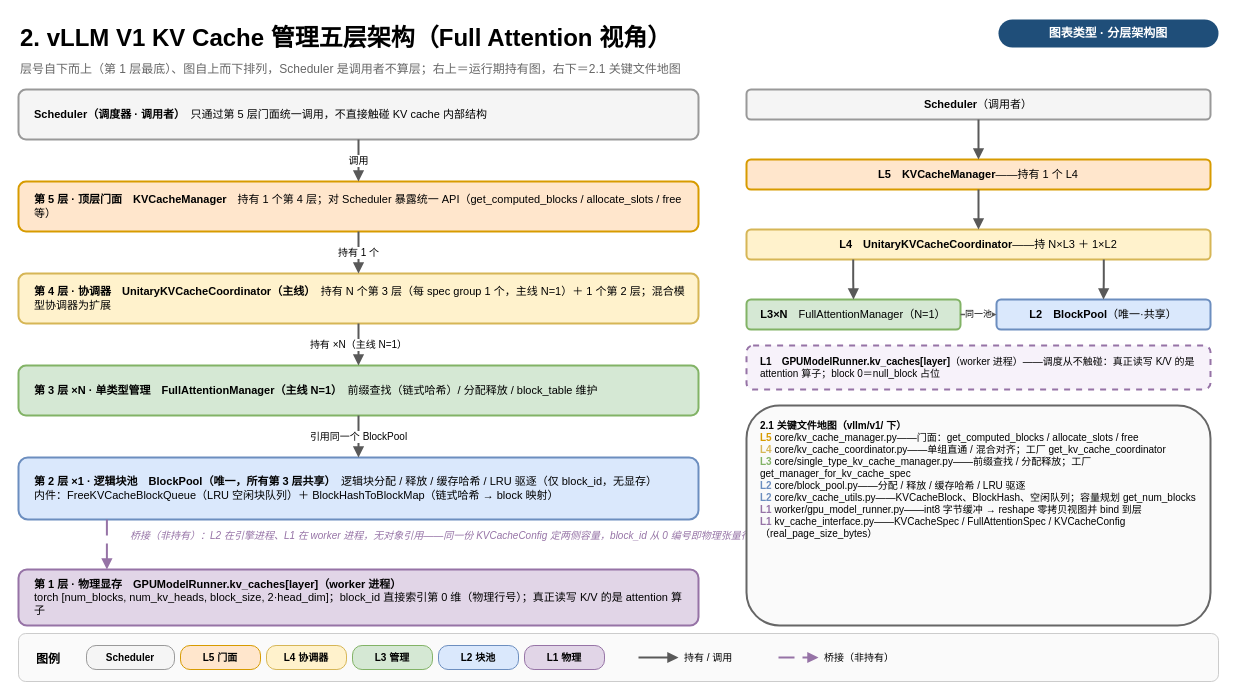
This is page "2-五层架构总览" (2 of 4) of vllm/v1/core/kvcache_draw_ppt_v2/kv_cache_five_layer_arch.drawio from GoCHug/vllm, a draw.io file, before an edit. Source tidied: cells renumbered, new cells numbered last; positions are measured from the earlier drawing's top-left corner, leaving out a move shared by most shapes. Both pictures are drawn from the tidied source at 100%, with x=0, y=0 at pixel (18, 17).
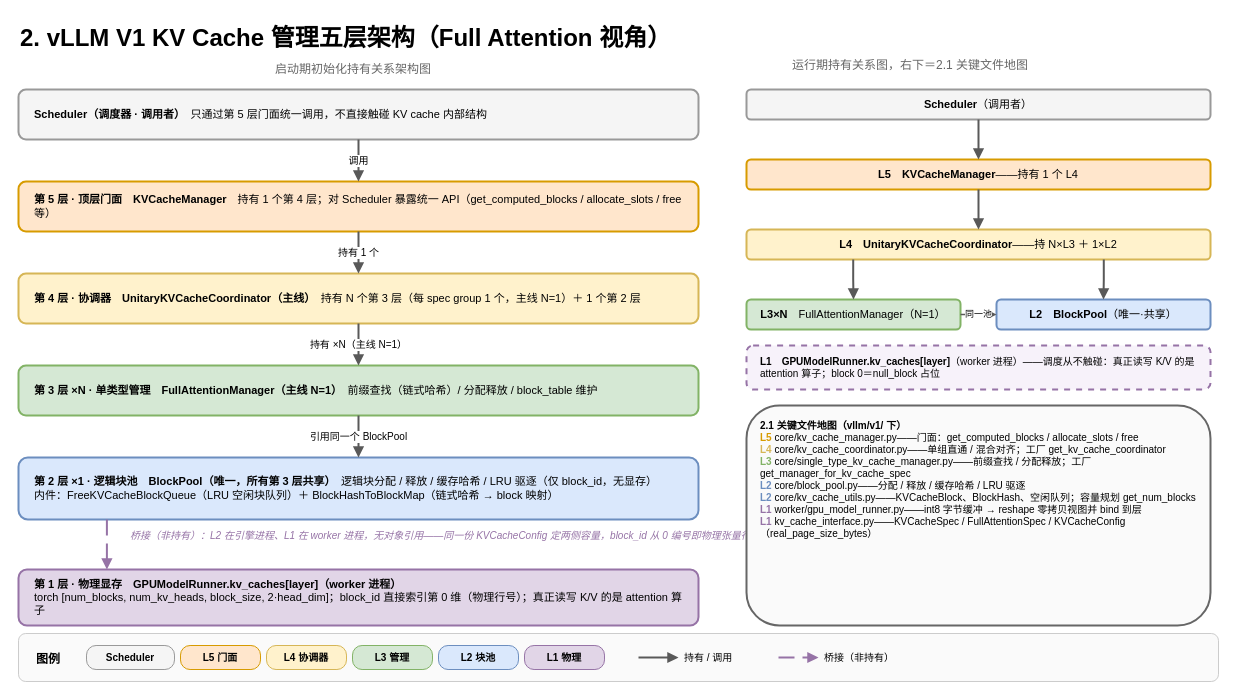
The same page after the edit.

What changed in the source:
```diff
@@
-    <mxCell id="3" value="图表类型 · 分层架构图" style="rounded=1;arcSize=50;whiteSpace=wrap;html=1;fillColor=#1f4e79;strokeColor=none;fontColor=#ffffff;fontSize=12;fontStyle=1;align=center;" parent="1" vertex="1">
-      <mxGeometry x="980" y="2" width="220" height="28" as="geometry" />
-    </mxCell>
-    <mxCell id="4" value="层号自下而上（第 1 层最底）、图自上而下排列，Scheduler 是调用者不算层；右上＝运行期持有图，右下＝2.1 关键文件地图" style="text;html=1;fontSize=12;align=left;fontColor=#666666;" parent="1" vertex="1">
-      <mxGeometry y="38" width="960" height="22" as="geometry" />
+    <mxCell id="4" value="启动期初始化持有关系架构图" style="text;html=1;fontSize=12;align=left;fontColor=#666666;" parent="1" vertex="1">
+      <mxGeometry x="255" y="38" width="170" height="22" as="geometry" />
     </mxCell>
@@
-    <mxCell id="7" value="&lt;b&gt;第 4 层 · 协调器　UnitaryKVCacheCoordinator（主线）&lt;/b&gt;　持有 N 个第 3 层（每 spec group 1 个，主线 N=1）＋ 1 个第 2 层；混合模型协调器为扩展" style="rounded=1;whiteSpace=wrap;html=1;verticalAlign=middle;align=left;spacingLeft=14;spacingRight=10;fontSize=11;fillColor=#fff2cc;strokeColor=#d6b656;strokeWidth=2;" parent="1" vertex="1">
+    <mxCell id="7" value="&lt;b&gt;第 4 层 · 协调器　UnitaryKVCacheCoordinator（主线）&lt;/b&gt;　持有 N 个第 3 层（每 spec group 1 个，主线 N=1）＋ 1 个第 2 层" style="rounded=1;whiteSpace=wrap;html=1;verticalAlign=middle;align=left;spacingLeft=14;spacingRight=10;fontSize=11;fillColor=#fff2cc;strokeColor=#d6b656;strokeWidth=2;" parent="1" vertex="1">
       <mxGeometry y="256" width="680" height="50" as="geometry" />
     </mxCell>
@@
+    <mxCell id="41" value="运行期持有关系图，右下＝2.1 关键文件地图" style="text;html=1;fontSize=12;align=left;fontColor=#666666;" parent="1" vertex="1">
+      <mxGeometry x="772" y="34" width="170" height="22" as="geometry" />
+    </mxCell>
```
